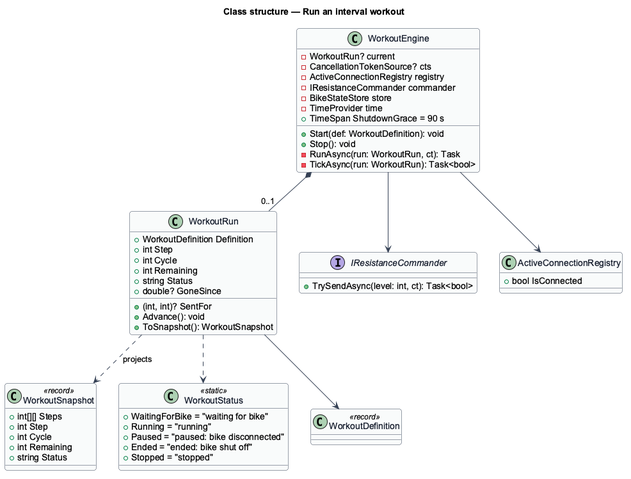
QuinntyneBrown/ride-one keeps this PlantUML diagram as docs/detailed-designs/workouts/run-interval-workout/diagrams/class-structure.png. Above is the earlier version. Its diagram source:
```plantuml
@startuml
skinparam backgroundColor #FFFFFF
skinparam shadowing false
skinparam roundcorner 8
skinparam defaultFontName Arial
skinparam ArrowColor #344054
skinparam class {
  BorderColor #344054
  FontColor #101828
  BackgroundColor #F9FAFB
}
title Class structure — Run an interval workout

class WorkoutEngine {
  -WorkoutRun? current
  -CancellationTokenSource? cts
  -ActiveConnectionRegistry registry
  -IResistanceCommander commander
  -BikeStateStore store
  -TimeProvider time
  +TimeSpan ShutdownGrace = 90 s
  +Start(def: WorkoutDefinition): void
  +Stop(): void
  -RunAsync(run: WorkoutRun, ct): Task
  -TickAsync(run: WorkoutRun): Task<bool>
}

class WorkoutRun {
  +WorkoutDefinition Definition
  +int Step
  +int Cycle
  +int Remaining
  +string Status
  +(int, int)? SentFor
  +double? GoneSince
  +Advance(): void
  +ToSnapshot(): WorkoutSnapshot
}

class WorkoutSnapshot <<record>> {
  +int[][] Steps
  +int Step
  +int Cycle
  +int Remaining
  +string Status
}

class WorkoutStatus <<static>> {
  +WaitingForBike = "waiting for bike"
  +Running = "running"
  +Paused = "paused: bike disconnected"
  +Ended = "ended: bike shut off"
  +Stopped = "stopped"
}

class WorkoutDefinition <<record>>
interface IResistanceCommander {
  +TrySendAsync(level: int, ct): Task<bool>
}
class ActiveConnectionRegistry {
  +bool IsConnected
}

WorkoutEngine *-- "0..1" WorkoutRun
WorkoutRun --> WorkoutDefinition
WorkoutRun ..> WorkoutSnapshot : projects
WorkoutRun ..> WorkoutStatus
WorkoutEngine --> IResistanceCommander
WorkoutEngine --> ActiveConnectionRegistry
@enduml
```
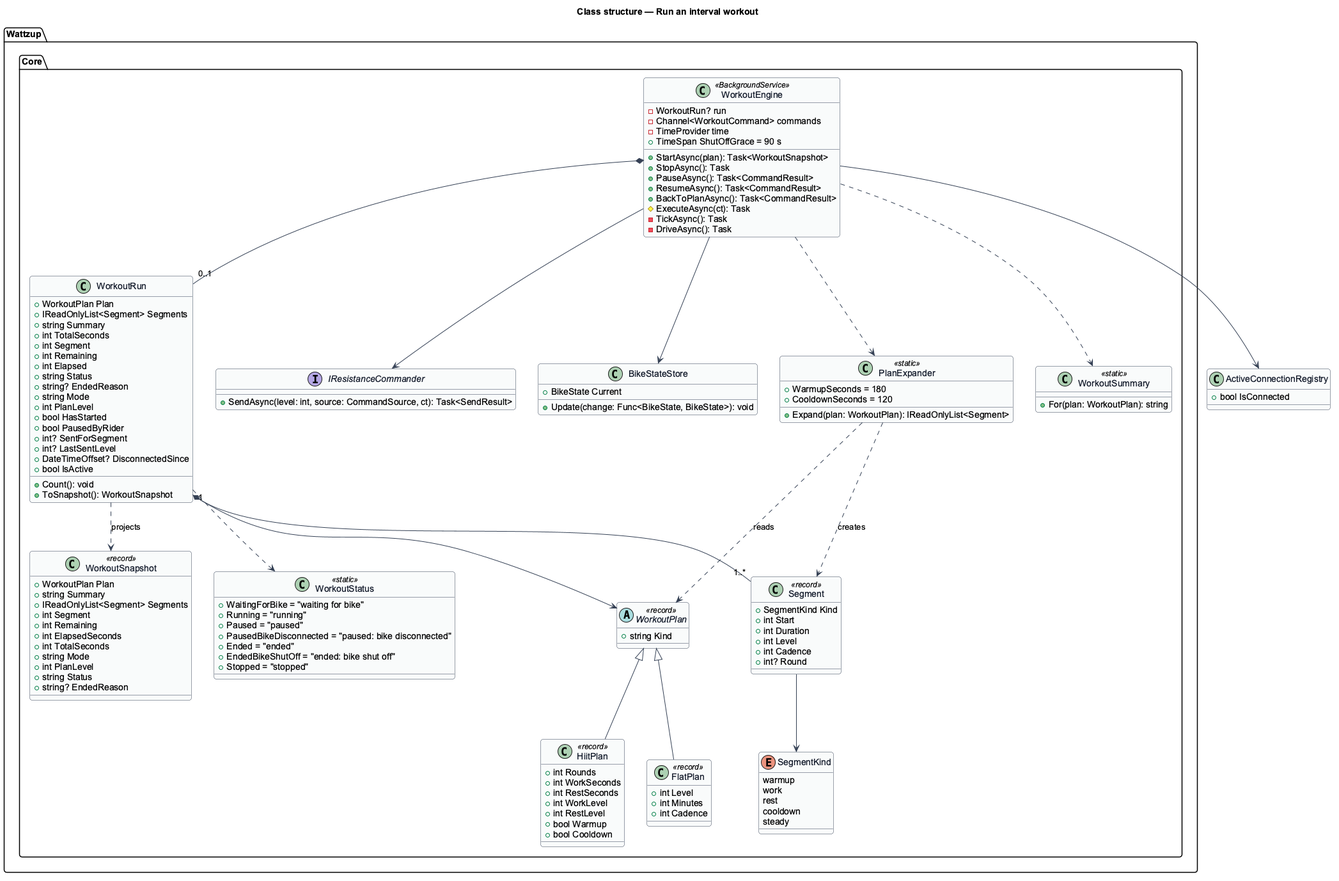
Above is the later version.

Diff of the diagram source:
```diff
@@ -11,60 +11,129 @@
 }
 title Class structure — Run an interval workout
 
-class WorkoutEngine {
-  -WorkoutRun? current
-  -CancellationTokenSource? cts
-  -ActiveConnectionRegistry registry
-  -IResistanceCommander commander
-  -BikeStateStore store
-  -TimeProvider time
-  +TimeSpan ShutdownGrace = 90 s
-  +Start(def: WorkoutDefinition): void
-  +Stop(): void
-  -RunAsync(run: WorkoutRun, ct): Task
-  -TickAsync(run: WorkoutRun): Task<bool>
-}
-
-class WorkoutRun {
-  +WorkoutDefinition Definition
-  +int Step
-  +int Cycle
-  +int Remaining
-  +string Status
-  +(int, int)? SentFor
-  +double? GoneSince
-  +Advance(): void
-  +ToSnapshot(): WorkoutSnapshot
-}
-
-class WorkoutSnapshot <<record>> {
-  +int[][] Steps
-  +int Step
-  +int Cycle
-  +int Remaining
-  +string Status
-}
-
-class WorkoutStatus <<static>> {
-  +WaitingForBike = "waiting for bike"
-  +Running = "running"
-  +Paused = "paused: bike disconnected"
-  +Ended = "ended: bike shut off"
-  +Stopped = "stopped"
-}
-
-class WorkoutDefinition <<record>>
-interface IResistanceCommander {
-  +TrySendAsync(level: int, ct): Task<bool>
+package "Wattzup.Core" {
+  abstract class WorkoutPlan <<record>> {
+    +string Kind
+  }
+  class HiitPlan <<record>> {
+    +int Rounds
+    +int WorkSeconds
+    +int RestSeconds
+    +int WorkLevel
+    +int RestLevel
+    +bool Warmup
+    +bool Cooldown
+  }
+  class FlatPlan <<record>> {
+    +int Level
+    +int Minutes
+    +int Cadence
+  }
+  enum SegmentKind {
+    warmup
+    work
+    rest
+    cooldown
+    steady
+  }
+  class Segment <<record>> {
+    +SegmentKind Kind
+    +int Start
+    +int Duration
+    +int Level
+    +int Cadence
+    +int? Round
+  }
+  class PlanExpander <<static>> {
+    +WarmupSeconds = 180
+    +CooldownSeconds = 120
+    +Expand(plan: WorkoutPlan): IReadOnlyList<Segment>
+  }
+  class WorkoutSummary <<static>> {
+    +For(plan: WorkoutPlan): string
+  }
+  class WorkoutEngine <<BackgroundService>> {
+    -WorkoutRun? run
+    -Channel<WorkoutCommand> commands
+    -TimeProvider time
+    +TimeSpan ShutOffGrace = 90 s
+    +StartAsync(plan): Task<WorkoutSnapshot>
+    +StopAsync(): Task
+    +PauseAsync(): Task<CommandResult>
+    +ResumeAsync(): Task<CommandResult>
+    +BackToPlanAsync(): Task<CommandResult>
+    #ExecuteAsync(ct): Task
+    -TickAsync(): Task
+    -DriveAsync(): Task
+  }
+  class WorkoutRun {
+    +WorkoutPlan Plan
+    +IReadOnlyList<Segment> Segments
+    +string Summary
+    +int TotalSeconds
+    +int Segment
+    +int Remaining
+    +int Elapsed
+    +string Status
+    +string? EndedReason
+    +string Mode
+    +int PlanLevel
+    +bool HasStarted
+    +bool PausedByRider
+    +int? SentForSegment
+    +int? LastSentLevel
+    +DateTimeOffset? DisconnectedSince
+    +bool IsActive
+    +Count(): void
+    +ToSnapshot(): WorkoutSnapshot
+  }
+  class WorkoutSnapshot <<record>> {
+    +WorkoutPlan Plan
+    +string Summary
+    +IReadOnlyList<Segment> Segments
+    +int Segment
+    +int Remaining
+    +int ElapsedSeconds
+    +int TotalSeconds
+    +string Mode
+    +int PlanLevel
+    +string Status
+    +string? EndedReason
+  }
+  class WorkoutStatus <<static>> {
+    +WaitingForBike = "waiting for bike"
+    +Running = "running"
+    +Paused = "paused"
+    +PausedBikeDisconnected = "paused: bike disconnected"
+    +Ended = "ended"
+    +EndedBikeShutOff = "ended: bike shut off"
+    +Stopped = "stopped"
+  }
+  interface IResistanceCommander {
+    +SendAsync(level: int, source: CommandSource, ct): Task<SendResult>
+  }
+  class BikeStateStore {
+    +BikeState Current
+    +Update(change: Func<BikeState, BikeState>): void
+  }
 }
 class ActiveConnectionRegistry {
   +bool IsConnected
 }
 
+WorkoutPlan <|-- HiitPlan
+WorkoutPlan <|-- FlatPlan
+PlanExpander ..> WorkoutPlan : reads
+PlanExpander ..> Segment : creates
+Segment --> SegmentKind
 WorkoutEngine *-- "0..1" WorkoutRun
-WorkoutRun --> WorkoutDefinition
+WorkoutEngine ..> PlanExpander
+WorkoutEngine ..> WorkoutSummary
+WorkoutRun --> WorkoutPlan
+WorkoutRun "1" *-- "1..*" Segment
 WorkoutRun ..> WorkoutSnapshot : projects
 WorkoutRun ..> WorkoutStatus
 WorkoutEngine --> IResistanceCommander
 WorkoutEngine --> ActiveConnectionRegistry
+WorkoutEngine --> BikeStateStore
 @enduml
```
